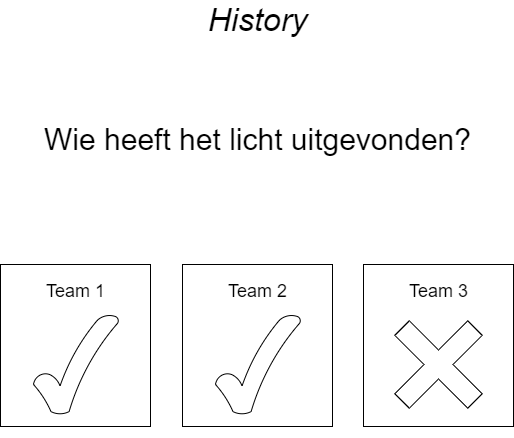
The draw.io diagram Software Guidebook/wireframes/wireframes-Scoreboard (questions).png in Patrickroelofs/HANICA-DWA-Quizzer, before a commit. Source tidied: cells renumbered, new cells last; positions are measured from the earlier drawing's top-left corner, leaving out a move shared by most shapes. Source of this version:
```xml
<mxGraphModel>
  <root>
    <mxCell id="0" />
    <mxCell id="1" parent="0" />
    <mxCell id="2" value="&lt;font style=&quot;font-size: 32px&quot;&gt;History&lt;/font&gt;" style="text;html=1;align=center;verticalAlign=middle;fillColor=none;strokeColor=none;rounded=0;fontSize=18;fontStyle=2;" parent="1" vertex="1">
      <mxGeometry x="197" width="120" height="30" as="geometry" />
    </mxCell>
    <mxCell id="3" value="&lt;font style=&quot;font-size: 30px&quot;&gt;Wie heeft het licht uitgevonden?&lt;/font&gt;" style="text;html=1;align=center;verticalAlign=middle;fillColor=none;strokeColor=none;rounded=0;fontSize=18;" parent="1" vertex="1">
      <mxGeometry x="37" y="120" width="440" height="30" as="geometry" />
    </mxCell>
    <mxCell id="4" style="rounded=0;whiteSpace=wrap;html=1;strokeColor=#000000;fontSize=18;" parent="1" vertex="1">
      <mxGeometry y="260" width="150" height="162" as="geometry" />
    </mxCell>
    <mxCell id="5" value="Team 1" style="text;html=1;align=center;verticalAlign=middle;fillColor=none;strokeColor=none;rounded=0;fontSize=18;" parent="1" vertex="1">
      <mxGeometry x="40" y="272" width="70" height="30" as="geometry" />
    </mxCell>
    <mxCell id="6" style="verticalLabelPosition=bottom;verticalAlign=top;html=1;shape=mxgraph.basic.tick;strokeColor=#000000;fillColor=#ffffff;fontSize=18;" parent="1" vertex="1">
      <mxGeometry x="33" y="310" width="85" height="100" as="geometry" />
    </mxCell>
    <mxCell id="7" style="rounded=0;whiteSpace=wrap;html=1;strokeColor=#000000;fontSize=18;" parent="1" vertex="1">
      <mxGeometry x="182" y="260" width="150" height="162" as="geometry" />
    </mxCell>
    <mxCell id="8" value="Team 2" style="text;html=1;align=center;verticalAlign=middle;fillColor=none;strokeColor=none;rounded=0;fontSize=18;" parent="1" vertex="1">
      <mxGeometry x="222" y="272" width="70" height="30" as="geometry" />
    </mxCell>
    <mxCell id="9" style="verticalLabelPosition=bottom;verticalAlign=top;html=1;shape=mxgraph.basic.tick;strokeColor=#000000;fillColor=#ffffff;fontSize=18;" parent="1" vertex="1">
      <mxGeometry x="215" y="310" width="85" height="100" as="geometry" />
    </mxCell>
    <mxCell id="10" style="rounded=0;whiteSpace=wrap;html=1;strokeColor=#000000;fontSize=18;" parent="1" vertex="1">
      <mxGeometry x="363" y="260" width="150" height="162" as="geometry" />
    </mxCell>
    <mxCell id="11" value="Team 3" style="text;html=1;align=center;verticalAlign=middle;fillColor=none;strokeColor=none;rounded=0;fontSize=18;" parent="1" vertex="1">
      <mxGeometry x="403" y="272" width="70" height="30" as="geometry" />
    </mxCell>
    <mxCell id="12" style="shape=cross;whiteSpace=wrap;html=1;strokeColor=#000000;fillColor=#ffffff;fontSize=18;rotation=45;" parent="1" vertex="1">
      <mxGeometry x="386.5" y="308.5" width="103" height="103" as="geometry" />
    </mxCell>
  </root>
</mxGraphModel>
```
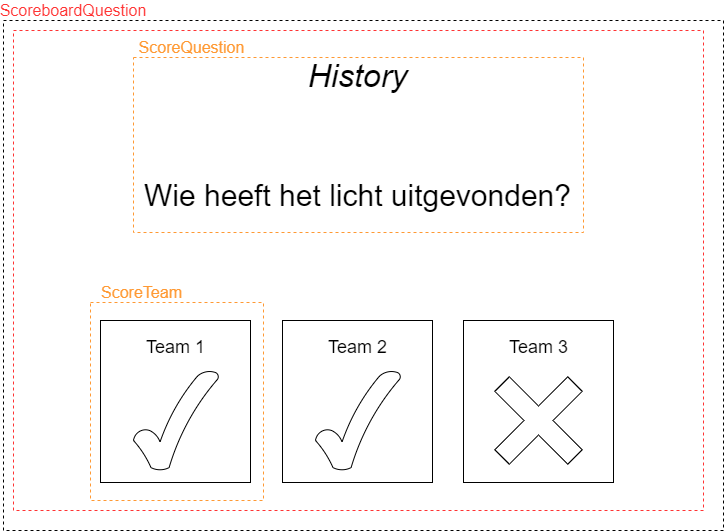
The same diagram one commit later.

Change to the diagram source:
```diff
@@ -2,6 +2,9 @@
   <root>
     <mxCell id="0" />
     <mxCell id="1" parent="0" />
+    <mxCell id="13" style="rounded=0;whiteSpace=wrap;html=1;dashed=1;labelBackgroundColor=none;fontSize=16;align=center;" parent="1" vertex="1">
+      <mxGeometry x="-97" y="-40" width="720" height="510" as="geometry" />
+    </mxCell>
     <mxCell id="2" value="&lt;font style=&quot;font-size: 32px&quot;&gt;History&lt;/font&gt;" style="text;html=1;align=center;verticalAlign=middle;fillColor=none;strokeColor=none;rounded=0;fontSize=18;fontStyle=2;" parent="1" vertex="1">
       <mxGeometry x="197" width="120" height="30" as="geometry" />
     </mxCell>
@@ -35,5 +38,23 @@
     <mxCell id="12" style="shape=cross;whiteSpace=wrap;html=1;strokeColor=#000000;fillColor=#ffffff;fontSize=18;rotation=45;" parent="1" vertex="1">
       <mxGeometry x="386.5" y="308.5" width="103" height="103" as="geometry" />
     </mxCell>
+    <mxCell id="14" style="rounded=0;whiteSpace=wrap;html=1;dashed=1;labelBackgroundColor=none;strokeColor=#FF3333;fillColor=none;fontSize=16;fontColor=#FF3333;align=center;" parent="1" vertex="1">
+      <mxGeometry x="-87" y="-30" width="690" height="480" as="geometry" />
+    </mxCell>
+    <mxCell id="15" value="ScoreboardQuestion" style="text;html=1;strokeColor=none;fillColor=none;align=center;verticalAlign=middle;whiteSpace=wrap;rounded=0;dashed=1;labelBackgroundColor=none;fontSize=16;fontColor=#FF3333;" parent="1" vertex="1">
+      <mxGeometry x="-97" y="-60" width="140" height="20" as="geometry" />
+    </mxCell>
+    <mxCell id="16" style="rounded=0;whiteSpace=wrap;html=1;dashed=1;labelBackgroundColor=none;fillColor=none;fontSize=16;fontColor=#FF3333;align=center;strokeColor=#FF9933;" parent="1" vertex="1">
+      <mxGeometry x="-10" y="242" width="173" height="198" as="geometry" />
+    </mxCell>
+    <mxCell id="17" value="ScoreTeam" style="text;html=1;strokeColor=none;fillColor=none;align=center;verticalAlign=middle;whiteSpace=wrap;rounded=0;dashed=1;labelBackgroundColor=none;fontSize=16;fontColor=#FF9933;" parent="1" vertex="1">
+      <mxGeometry x="-10" y="222" width="103" height="20" as="geometry" />
+    </mxCell>
+    <mxCell id="18" style="rounded=0;whiteSpace=wrap;html=1;dashed=1;labelBackgroundColor=none;strokeColor=#FF9933;fillColor=none;fontSize=16;fontColor=#FF9933;align=center;" parent="1" vertex="1">
+      <mxGeometry x="33" y="-3" width="450" height="175" as="geometry" />
+    </mxCell>
+    <mxCell id="19" value="ScoreQuestion" style="text;html=1;strokeColor=none;fillColor=none;align=center;verticalAlign=middle;whiteSpace=wrap;rounded=0;dashed=1;labelBackgroundColor=none;fontSize=16;fontColor=#FF9933;" parent="1" vertex="1">
+      <mxGeometry x="33" y="-23" width="117" height="20" as="geometry" />
+    </mxCell>
   </root>
 </mxGraphModel>
```
